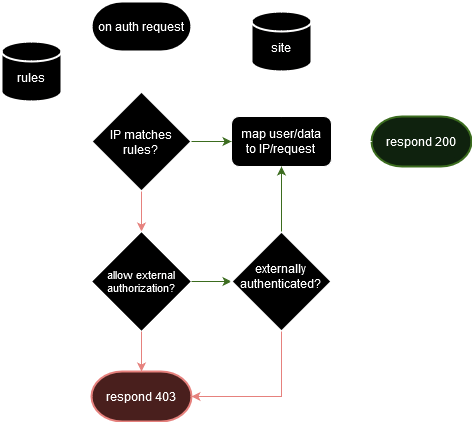
The draw.io diagram docs/media/wrauth_internal.png in Skaytacium/wrauth, before a commit. Source tidied: cells renumbered, new cells last; positions are measured from the earlier drawing's top-left corner, leaving out a move shared by most shapes. The source it was exported from:
```xml
<mxGraphModel>
  <root>
    <mxCell id="0" />
    <mxCell id="1" parent="0" />
    <mxCell id="2" value="site" style="strokeWidth=2;html=1;shape=mxgraph.flowchart.database;whiteSpace=wrap;align=center;verticalAlign=middle;spacingTop=12;" parent="1" vertex="1">
      <mxGeometry x="250" y="10" width="60" height="60" as="geometry" />
    </mxCell>
    <mxCell id="3" value="on auth request" style="strokeWidth=2;html=1;shape=mxgraph.flowchart.terminator;whiteSpace=wrap;" parent="1" vertex="1">
      <mxGeometry x="90" width="100" height="50" as="geometry" />
    </mxCell>
    <mxCell id="4" style="endArrow=classic;html=1;rounded=0;exitX=0.5;exitY=1;exitDx=0;exitDy=0;exitPerimeter=0;entryX=0.5;entryY=0;entryDx=0;entryDy=0;entryPerimeter=0;" parent="1" edge="1" source="3" target="6">
      <mxGeometry relative="1" as="geometry" />
    </mxCell>
    <mxCell id="5" style="endArrow=classic;html=1;rounded=0;entryX=0;entryY=0.5;entryDx=0;entryDy=0;entryPerimeter=0;" parent="1" edge="1" source="13" target="6">
      <mxGeometry relative="1" as="geometry">
        <Array as="points">
          <mxPoint x="30" y="140" />
        </Array>
      </mxGeometry>
    </mxCell>
    <mxCell id="6" value="&lt;div&gt;IP matches&lt;/div&gt;&lt;div&gt;rules?&lt;br&gt;&lt;/div&gt;" style="strokeWidth=2;html=1;shape=mxgraph.flowchart.decision;whiteSpace=wrap;spacingBottom=0;spacingTop=2;" parent="1" vertex="1">
      <mxGeometry x="90" y="90" width="100" height="100" as="geometry" />
    </mxCell>
    <mxCell id="7" value="&lt;div&gt;respond 403&lt;/div&gt;" style="strokeWidth=2;html=1;shape=mxgraph.flowchart.terminator;whiteSpace=wrap;fillColor=#f8cecc;strokeColor=#b85450;" parent="1" vertex="1">
      <mxGeometry x="90" y="370" width="100" height="50" as="geometry" />
    </mxCell>
    <mxCell id="8" value="&lt;div&gt;map user/data&lt;/div&gt;&lt;div&gt;to IP/request&lt;br&gt;&lt;/div&gt;" style="rounded=1;whiteSpace=wrap;html=1;" parent="1" vertex="1">
      <mxGeometry x="230" y="115" width="100" height="50" as="geometry" />
    </mxCell>
    <mxCell id="9" style="endArrow=classic;html=1;rounded=0;exitX=1;exitY=0.5;exitDx=0;exitDy=0;entryX=0;entryY=0.5;entryDx=0;entryDy=0;fillColor=#d5e8d4;strokeColor=#82b366;" parent="1" edge="1" target="8">
      <mxGeometry relative="1" as="geometry">
        <mxPoint x="190" y="140" as="sourcePoint" />
      </mxGeometry>
    </mxCell>
    <mxCell id="10" style="edgeStyle=none;jettySize=auto;html=1;rounded=0;entryX=0.5;entryY=0;entryDx=0;entryDy=0;exitX=0.5;exitY=1;exitDx=0;exitDy=0;exitPerimeter=0;" parent="1" edge="1" source="2" target="8">
      <mxGeometry relative="1" as="geometry" />
    </mxCell>
    <mxCell id="11" value="&lt;div&gt;respond 200&lt;/div&gt;" style="strokeWidth=2;html=1;shape=mxgraph.flowchart.terminator;whiteSpace=wrap;fillColor=#d5e8d4;strokeColor=#82b366;" parent="1" vertex="1">
      <mxGeometry x="370" y="115" width="100" height="50" as="geometry" />
    </mxCell>
    <mxCell id="12" style="edgeStyle=none;jettySize=auto;html=1;rounded=0;exitX=1;exitY=0.5;exitDx=0;exitDy=0;entryX=0;entryY=0.5;entryDx=0;entryDy=0;entryPerimeter=0;" parent="1" edge="1" source="8" target="11">
      <mxGeometry relative="1" as="geometry" />
    </mxCell>
    <mxCell id="13" value="rules" style="strokeWidth=2;html=1;shape=mxgraph.flowchart.database;whiteSpace=wrap;spacingTop=12;" parent="1" vertex="1">
      <mxGeometry y="40" width="60" height="60" as="geometry" />
    </mxCell>
    <mxCell id="14" style="endArrow=classic;html=1;rounded=0;exitX=0.5;exitY=1;exitDx=0;exitDy=0;exitPerimeter=0;entryX=0.5;entryY=0;entryDx=0;entryDy=0;fillColor=#f8cecc;strokeColor=#b85450;" parent="1" edge="1" source="6">
      <mxGeometry relative="1" as="geometry">
        <mxPoint x="140" y="230" as="targetPoint" />
      </mxGeometry>
    </mxCell>
    <mxCell id="15" value="&lt;div style=&quot;font-size: 11px;&quot;&gt;allow external&lt;/div&gt;&lt;div style=&quot;font-size: 11px;&quot;&gt;authorization?&lt;br&gt;&lt;/div&gt;" style="rhombus;whiteSpace=wrap;html=1;" parent="1" vertex="1">
      <mxGeometry x="90" y="230" width="100" height="100" as="geometry" />
    </mxCell>
    <mxCell id="16" style="edgeStyle=none;jettySize=auto;html=1;rounded=0;entryX=0;entryY=0.5;entryDx=0;entryDy=0;" parent="1" edge="1" target="15">
      <mxGeometry relative="1" as="geometry">
        <mxPoint x="30" y="140" as="sourcePoint" />
        <Array as="points">
          <mxPoint x="30" y="280" />
        </Array>
      </mxGeometry>
    </mxCell>
    <mxCell id="17" style="edgeStyle=none;jettySize=auto;html=1;rounded=0;exitX=0.5;exitY=1;exitDx=0;exitDy=0;entryX=0.5;entryY=0;entryDx=0;entryDy=0;entryPerimeter=0;fillColor=#f8cecc;strokeColor=#b85450;" parent="1" edge="1" source="15" target="7">
      <mxGeometry relative="1" as="geometry" />
    </mxCell>
    <mxCell id="18" style="edgeStyle=none;jettySize=auto;html=1;rounded=0;exitX=1;exitY=0.5;exitDx=0;exitDy=0;fillColor=#d5e8d4;strokeColor=#82b366;" parent="1" edge="1" source="15">
      <mxGeometry relative="1" as="geometry">
        <mxPoint x="230" y="280" as="targetPoint" />
      </mxGeometry>
    </mxCell>
    <mxCell id="19" value="&lt;div&gt;externally&lt;/div&gt;&lt;div&gt;authenticated?&lt;br&gt;&lt;/div&gt;" style="rounded=1;whiteSpace=wrap;html=1;strokeWidth=2;shape=mxgraph.flowchart.decision;spacingBottom=10;" parent="1" vertex="1">
      <mxGeometry x="230" y="230" width="100" height="100" as="geometry" />
    </mxCell>
    <mxCell id="20" style="edgeStyle=none;jettySize=auto;html=1;rounded=0;exitX=0.5;exitY=1;exitDx=0;exitDy=0;exitPerimeter=0;entryX=1;entryY=0.5;entryDx=0;entryDy=0;entryPerimeter=0;fillColor=#f8cecc;strokeColor=#b85450;" parent="1" edge="1" source="19" target="7">
      <mxGeometry relative="1" as="geometry">
        <Array as="points">
          <mxPoint x="280" y="395" />
        </Array>
      </mxGeometry>
    </mxCell>
    <mxCell id="21" style="edgeStyle=none;jettySize=auto;html=1;rounded=0;exitX=0.5;exitY=0;exitDx=0;exitDy=0;fillColor=#d5e8d4;strokeColor=#82b366;exitPerimeter=0;entryX=0.5;entryY=1;entryDx=0;entryDy=0;" parent="1" edge="1" source="19" target="8">
      <mxGeometry relative="1" as="geometry" />
    </mxCell>
  </root>
</mxGraphModel>
```
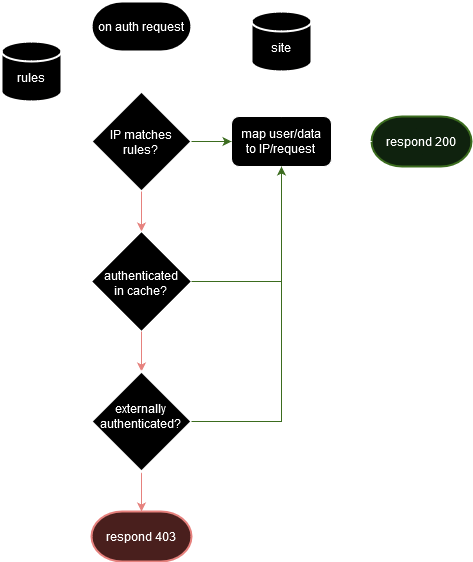
After the change.

Diff of the diagram source:
```diff
@@ -21,17 +21,14 @@
     <mxCell id="6" value="&lt;div&gt;IP matches&lt;/div&gt;&lt;div&gt;rules?&lt;br&gt;&lt;/div&gt;" style="strokeWidth=2;html=1;shape=mxgraph.flowchart.decision;whiteSpace=wrap;spacingBottom=0;spacingTop=2;" parent="1" vertex="1">
       <mxGeometry x="90" y="90" width="100" height="100" as="geometry" />
     </mxCell>
-    <mxCell id="7" value="&lt;div&gt;respond 403&lt;/div&gt;" style="strokeWidth=2;html=1;shape=mxgraph.flowchart.terminator;whiteSpace=wrap;fillColor=#f8cecc;strokeColor=#b85450;" parent="1" vertex="1">
-      <mxGeometry x="90" y="370" width="100" height="50" as="geometry" />
-    </mxCell>
     <mxCell id="8" value="&lt;div&gt;map user/data&lt;/div&gt;&lt;div&gt;to IP/request&lt;br&gt;&lt;/div&gt;" style="rounded=1;whiteSpace=wrap;html=1;" parent="1" vertex="1">
       <mxGeometry x="230" y="115" width="100" height="50" as="geometry" />
     </mxCell>
-    <mxCell id="9" style="endArrow=classic;html=1;rounded=0;exitX=1;exitY=0.5;exitDx=0;exitDy=0;entryX=0;entryY=0.5;entryDx=0;entryDy=0;fillColor=#d5e8d4;strokeColor=#82b366;" parent="1" edge="1" target="8">
-      <mxGeometry relative="1" as="geometry">
-        <mxPoint x="190" y="140" as="sourcePoint" />
-      </mxGeometry>
-    </mxCell>
+    <mxCell id="22" style="endArrow=classic;html=1;rounded=0;exitX=1;exitY=0.5;exitDx=0;exitDy=0;entryX=0;entryY=0.5;entryDx=0;entryDy=0;fillColor=#d5e8d4;strokeColor=#82b366;" parent="1" edge="1" target="8">
+      <mxGeometry relative="1" as="geometry">
+        <mxPoint x="190" y="140" as="sourcePoint" />
+      </mxGeometry>
+    </mxCell>
     <mxCell id="10" style="edgeStyle=none;jettySize=auto;html=1;rounded=0;entryX=0.5;entryY=0;entryDx=0;entryDy=0;exitX=0.5;exitY=1;exitDx=0;exitDy=0;exitPerimeter=0;" parent="1" edge="1" source="2" target="8">
       <mxGeometry relative="1" as="geometry" />
     </mxCell>
@@ -44,42 +41,47 @@
     <mxCell id="13" value="rules" style="strokeWidth=2;html=1;shape=mxgraph.flowchart.database;whiteSpace=wrap;spacingTop=12;" parent="1" vertex="1">
       <mxGeometry y="40" width="60" height="60" as="geometry" />
     </mxCell>
-    <mxCell id="14" style="endArrow=classic;html=1;rounded=0;exitX=0.5;exitY=1;exitDx=0;exitDy=0;exitPerimeter=0;entryX=0.5;entryY=0;entryDx=0;entryDy=0;fillColor=#f8cecc;strokeColor=#b85450;" parent="1" edge="1" source="6">
-      <mxGeometry relative="1" as="geometry">
-        <mxPoint x="140" y="230" as="targetPoint" />
-      </mxGeometry>
-    </mxCell>
-    <mxCell id="15" value="&lt;div style=&quot;font-size: 11px;&quot;&gt;allow external&lt;/div&gt;&lt;div style=&quot;font-size: 11px;&quot;&gt;authorization?&lt;br&gt;&lt;/div&gt;" style="rhombus;whiteSpace=wrap;html=1;" parent="1" vertex="1">
-      <mxGeometry x="90" y="230" width="100" height="100" as="geometry" />
-    </mxCell>
-    <mxCell id="16" style="edgeStyle=none;jettySize=auto;html=1;rounded=0;entryX=0;entryY=0.5;entryDx=0;entryDy=0;" parent="1" edge="1" target="15">
-      <mxGeometry relative="1" as="geometry">
-        <mxPoint x="30" y="140" as="sourcePoint" />
-        <Array as="points">
-          <mxPoint x="30" y="280" />
-        </Array>
-      </mxGeometry>
-    </mxCell>
-    <mxCell id="17" style="edgeStyle=none;jettySize=auto;html=1;rounded=0;exitX=0.5;exitY=1;exitDx=0;exitDy=0;entryX=0.5;entryY=0;entryDx=0;entryDy=0;entryPerimeter=0;fillColor=#f8cecc;strokeColor=#b85450;" parent="1" edge="1" source="15" target="7">
-      <mxGeometry relative="1" as="geometry" />
-    </mxCell>
-    <mxCell id="18" style="edgeStyle=none;jettySize=auto;html=1;rounded=0;exitX=1;exitY=0.5;exitDx=0;exitDy=0;fillColor=#d5e8d4;strokeColor=#82b366;" parent="1" edge="1" source="15">
-      <mxGeometry relative="1" as="geometry">
-        <mxPoint x="230" y="280" as="targetPoint" />
-      </mxGeometry>
-    </mxCell>
+    <mxCell id="23" style="endArrow=classic;html=1;rounded=0;exitX=0.5;exitY=1;exitDx=0;exitDy=0;exitPerimeter=0;entryX=0.5;entryY=0;entryDx=0;entryDy=0;fillColor=#f8cecc;strokeColor=#b85450;" parent="1" edge="1" source="6">
+      <mxGeometry relative="1" as="geometry">
+        <mxPoint x="140" y="230" as="targetPoint" />
+      </mxGeometry>
+    </mxCell>
+    <mxCell id="24" value="&lt;div&gt;authenticated&lt;/div&gt;&lt;div&gt;in cache?&lt;br&gt;&lt;/div&gt;" style="rhombus;whiteSpace=wrap;html=1;spacingTop=5;" parent="1" vertex="1">
+      <mxGeometry x="90" y="230" width="100" height="100" as="geometry" />
+    </mxCell>
+    <mxCell id="25" style="edgeStyle=none;jettySize=auto;html=1;rounded=0;entryX=0;entryY=0.5;entryDx=0;entryDy=0;" parent="1" edge="1" target="24">
+      <mxGeometry relative="1" as="geometry">
+        <mxPoint x="30" y="140" as="sourcePoint" />
+        <Array as="points">
+          <mxPoint x="30" y="280" />
+        </Array>
+      </mxGeometry>
+    </mxCell>
+    <mxCell id="26" style="edgeStyle=none;jettySize=auto;html=1;rounded=0;exitX=0.5;exitY=1;exitDx=0;exitDy=0;entryX=0.5;entryY=0;entryDx=0;entryDy=0;entryPerimeter=0;fillColor=#f8cecc;strokeColor=#b85450;" parent="1" edge="1" source="24">
+      <mxGeometry relative="1" as="geometry">
+        <mxPoint x="140" y="370" as="targetPoint" />
+      </mxGeometry>
+    </mxCell>
+    <mxCell id="20" style="edgeStyle=none;jettySize=auto;html=1;rounded=0;exitX=0.5;exitY=1;exitDx=0;exitDy=0;exitPerimeter=0;entryX=0.5;entryY=0;entryDx=0;entryDy=0;entryPerimeter=0;fillColor=#f8cecc;strokeColor=#b85450;" parent="1" edge="1" source="19" target="7">
+      <mxGeometry relative="1" as="geometry" />
+    </mxCell>
     <mxCell id="19" value="&lt;div&gt;externally&lt;/div&gt;&lt;div&gt;authenticated?&lt;br&gt;&lt;/div&gt;" style="rounded=1;whiteSpace=wrap;html=1;strokeWidth=2;shape=mxgraph.flowchart.decision;spacingBottom=10;" parent="1" vertex="1">
-      <mxGeometry x="230" y="230" width="100" height="100" as="geometry" />
+      <mxGeometry x="90" y="370" width="100" height="100" as="geometry" />
     </mxCell>
-    <mxCell id="20" style="edgeStyle=none;jettySize=auto;html=1;rounded=0;exitX=0.5;exitY=1;exitDx=0;exitDy=0;exitPerimeter=0;entryX=1;entryY=0.5;entryDx=0;entryDy=0;entryPerimeter=0;fillColor=#f8cecc;strokeColor=#b85450;" parent="1" edge="1" source="19" target="7">
-      <mxGeometry relative="1" as="geometry">
-        <Array as="points">
-          <mxPoint x="280" y="395" />
-        </Array>
-      </mxGeometry>
-    </mxCell>
+    <mxCell id="7" value="&lt;div&gt;respond 403&lt;/div&gt;" style="strokeWidth=2;html=1;shape=mxgraph.flowchart.terminator;whiteSpace=wrap;fillColor=#f8cecc;strokeColor=#b85450;" parent="1" vertex="1">
+      <mxGeometry x="90" y="510" width="100" height="50" as="geometry" />
+    </mxCell>
-    <mxCell id="21" style="edgeStyle=none;jettySize=auto;html=1;rounded=0;exitX=0.5;exitY=0;exitDx=0;exitDy=0;fillColor=#d5e8d4;strokeColor=#82b366;exitPerimeter=0;entryX=0.5;entryY=1;entryDx=0;entryDy=0;" parent="1" edge="1" source="19" target="8">
-      <mxGeometry relative="1" as="geometry" />
+    <mxCell id="21" style="edgeStyle=none;jettySize=auto;html=1;rounded=0;entryX=0.5;entryY=1;entryDx=0;entryDy=0;exitX=1;exitY=0.5;exitDx=0;exitDy=0;exitPerimeter=0;fillColor=#d5e8d4;strokeColor=#82b366;" parent="1" edge="1" source="19" target="8">
+      <mxGeometry relative="1" as="geometry">
+        <Array as="points">
+          <mxPoint x="280" y="420" />
+        </Array>
+      </mxGeometry>
     </mxCell>
+    <mxCell id="27" style="endArrow=none;html=1;rounded=0;exitX=1;exitY=0.5;exitDx=0;exitDy=0;fillColor=#d5e8d4;strokeColor=#82b366;" parent="1" edge="1" source="24">
+      <mxGeometry relative="1" as="geometry">
+        <mxPoint x="280" y="280" as="targetPoint" />
+      </mxGeometry>
+    </mxCell>
   </root>
 </mxGraphModel>
```
